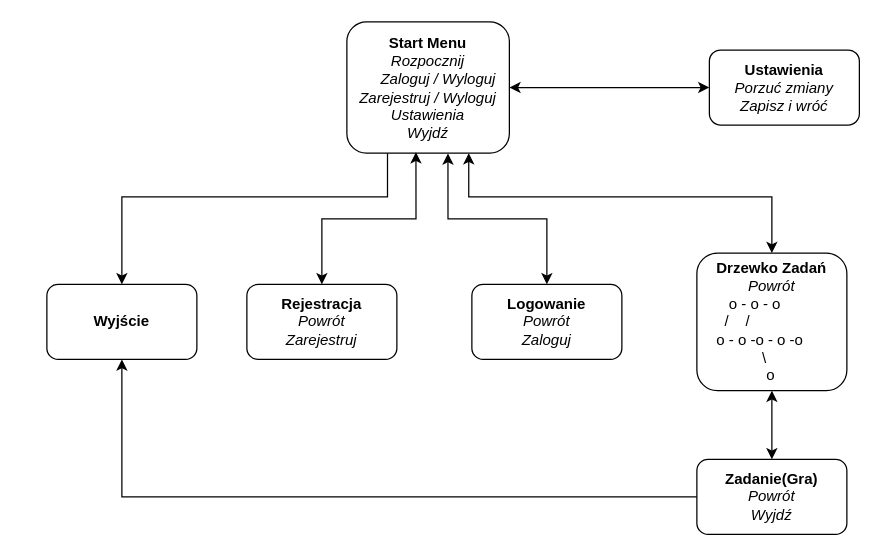
This is page "GameStates" (2 of 12) of plan.drawio from bravePeer/BScThesis, a draw.io file, before an edit. Source tidied: cells renumbered, new cells numbered last; positions are measured from the earlier drawing's top-left corner, leaving out a move shared by most shapes. Both pictures are drawn from the tidied source at 125%, with x=0, y=0 at pixel (46, 21).
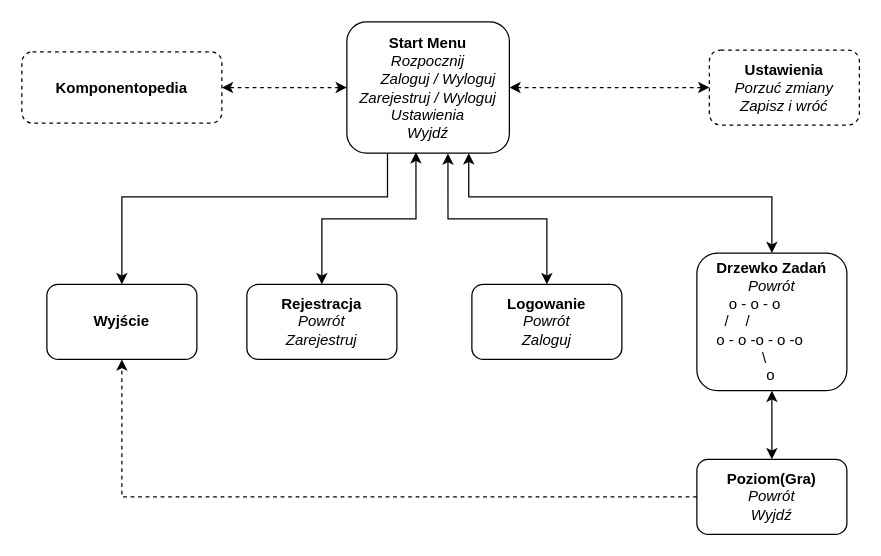
After the change.

Unchanged cells that the change refers to:
```xml
<mxCell id="5" value="&lt;b&gt;Start Menu&lt;br&gt;&lt;/b&gt;&lt;i&gt;Rozpocznij&lt;br&gt;&amp;nbsp; &amp;nbsp; &amp;nbsp;Zaloguj / Wyloguj&lt;br&gt;Zarejestruj / Wyloguj&lt;br&gt;Ustawienia&lt;br&gt;Wyjdź&lt;/i&gt;" style="rounded=1;whiteSpace=wrap;html=1;" parent="1" vertex="1">
  <mxGeometry x="240" width="130" height="105" as="geometry" />
</mxCell>
<mxCell id="10" value="&lt;b&gt;Wyjście&lt;/b&gt;" style="rounded=1;whiteSpace=wrap;html=1;" parent="1" vertex="1">
  <mxGeometry y="210" width="120" height="60" as="geometry" />
</mxCell>
```

What changed in the source:
```diff
@@
-    <mxCell id="4" style="edgeStyle=orthogonalEdgeStyle;rounded=0;jettySize=auto;html=1;exitX=1;exitY=0.5;exitDx=0;exitDy=0;entryX=0;entryY=0.5;entryDx=0;entryDy=0;startArrow=classic;startFill=1;" parent="1" edge="1" source="5" target="15">
+    <mxCell id="4" style="edgeStyle=orthogonalEdgeStyle;rounded=0;jettySize=auto;html=1;exitX=1;exitY=0.5;exitDx=0;exitDy=0;entryX=0;entryY=0.5;entryDx=0;entryDy=0;startArrow=classic;startFill=1;dashed=1;" parent="1" edge="1" source="5" target="15">
       <mxGeometry relative="1" as="geometry" />
     </mxCell>
+    <mxCell id="16" style="edgeStyle=orthogonalEdgeStyle;rounded=0;jettySize=auto;html=1;exitX=0;exitY=0.5;exitDx=0;exitDy=0;entryX=1;entryY=0.5;entryDx=0;entryDy=0;startArrow=classic;startFill=1;dashed=1;" parent="1" edge="1" source="5" target="17">
+      <mxGeometry relative="1" as="geometry" />
+    </mxCell>
@@
-    <mxCell id="11" style="edgeStyle=orthogonalEdgeStyle;rounded=0;jettySize=auto;html=1;exitX=0;exitY=0.5;exitDx=0;exitDy=0;entryX=0.5;entryY=1;entryDx=0;entryDy=0;" parent="1" edge="1" source="12" target="10">
+    <mxCell id="11" style="edgeStyle=orthogonalEdgeStyle;rounded=0;jettySize=auto;html=1;exitX=0;exitY=0.5;exitDx=0;exitDy=0;entryX=0.5;entryY=1;entryDx=0;entryDy=0;dashed=1;" parent="1" edge="1" source="12" target="10">
       <mxGeometry relative="1" as="geometry" />
     </mxCell>
-    <mxCell id="12" value="&lt;b&gt;Zadanie(Gra)&lt;/b&gt;&lt;br&gt;&lt;i style=&quot;&quot;&gt;Powrót&lt;br&gt;Wyjdź&lt;br&gt;&lt;/i&gt;" style="rounded=1;whiteSpace=wrap;html=1;" parent="1" vertex="1">
+    <mxCell id="12" value="&lt;b&gt;Poziom(Gra)&lt;/b&gt;&lt;br&gt;&lt;i style=&quot;&quot;&gt;Powrót&lt;br&gt;Wyjdź&lt;br&gt;&lt;/i&gt;" style="rounded=1;whiteSpace=wrap;html=1;" parent="1" vertex="1">
       <mxGeometry x="520" y="350" width="120" height="60" as="geometry" />
     </mxCell>
@@
-    <mxCell id="15" value="&lt;b&gt;Ustawienia&lt;br&gt;&lt;/b&gt;&lt;i style=&quot;border-color: var(--border-color);&quot;&gt;Porzuć zmiany&lt;br&gt;&lt;/i&gt;&lt;i&gt;Zapisz i wróć&lt;/i&gt;" style="rounded=1;whiteSpace=wrap;html=1;" parent="1" vertex="1">
+    <mxCell id="15" value="&lt;b&gt;Ustawienia&lt;br&gt;&lt;/b&gt;&lt;i style=&quot;border-color: var(--border-color);&quot;&gt;Porzuć zmiany&lt;br&gt;&lt;/i&gt;&lt;i&gt;Zapisz i wróć&lt;/i&gt;" style="rounded=1;whiteSpace=wrap;html=1;dashed=1;" parent="1" vertex="1">
       <mxGeometry x="530" y="22.5" width="120" height="60" as="geometry" />
     </mxCell>
+    <mxCell id="17" value="&lt;b&gt;Komponentopedia&lt;/b&gt;" style="rounded=1;whiteSpace=wrap;html=1;dashed=1;" parent="1" vertex="1">
+      <mxGeometry x="-20" y="24" width="160" height="57" as="geometry" />
+    </mxCell>
```
